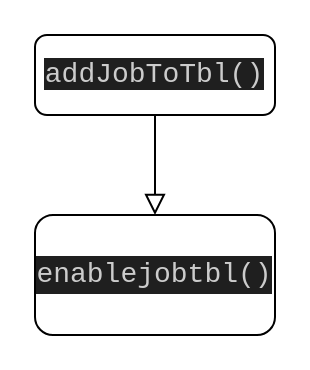
Before: Logical Flow Diagram.drawio in subramaniam-pl/wakemeup-app, a draw.io diagram. Source tidied: cells renumbered, new cells numbered last; positions are measured from the earlier drawing's top-left corner, leaving out a move shared by most shapes. Both pictures are drawn from the tidied source at 200%, with x=0, y=0 at pixel (34, 34).
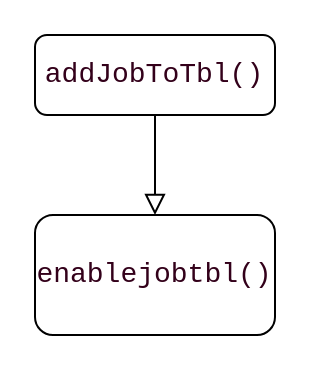
After the change.

Commit message:
changed font color

The edit, as a diff of the source:
```diff
@@
 <mxGraphModel>
   <root>
     <mxCell id="0" />
     <mxCell id="1" parent="0" />
     <mxCell id="2" style="rounded=0;html=1;jettySize=auto;fontSize=11;endArrow=block;endFill=0;endSize=8;strokeWidth=1;shadow=0;labelBackgroundColor=none;edgeStyle=orthogonalEdgeStyle;" parent="1" edge="1" source="3">
       <mxGeometry relative="1" as="geometry">
         <mxPoint x="60" y="90" as="targetPoint" />
       </mxGeometry>
     </mxCell>
-    <mxCell id="3" value="&lt;span style=&quot;background-color: rgb(31, 31, 31); color: rgb(204, 204, 204); font-family: Consolas, &amp;quot;Courier New&amp;quot;, monospace; font-size: 14px;&quot;&gt;addJobToTbl()&lt;/span&gt;" style="rounded=1;whiteSpace=wrap;html=1;fontSize=12;glass=0;strokeWidth=1;shadow=0;" parent="1" vertex="1">
+    <mxCell id="3" value="&lt;span style=&quot;font-family: Consolas, &amp;quot;Courier New&amp;quot;, monospace; font-size: 14px;&quot;&gt;&lt;font color=&quot;#33001a&quot;&gt;addJobToTbl()&lt;/font&gt;&lt;/span&gt;" style="rounded=1;whiteSpace=wrap;html=1;fontSize=12;glass=0;strokeWidth=1;shadow=0;" parent="1" vertex="1">
       <mxGeometry width="120" height="40" as="geometry" />
     </mxCell>
-    <mxCell id="4" value="&lt;div style=&quot;color: rgb(204, 204, 204); background-color: rgb(31, 31, 31); font-family: Consolas, &amp;quot;Courier New&amp;quot;, monospace; font-size: 14px; line-height: 19px;&quot;&gt;enablejobtbl()&lt;/div&gt;" style="rounded=1;whiteSpace=wrap;html=1;" parent="1" vertex="1">
+    <mxCell id="4" value="&lt;div style=&quot;font-family: Consolas, &amp;quot;Courier New&amp;quot;, monospace; font-size: 14px; line-height: 19px;&quot;&gt;&lt;font color=&quot;#33001a&quot;&gt;enablejobtbl()&lt;/font&gt;&lt;/div&gt;" style="rounded=1;whiteSpace=wrap;html=1;" parent="1" vertex="1">
       <mxGeometry y="90" width="120" height="60" as="geometry" />
     </mxCell>
   </root>
 </mxGraphModel>
```
